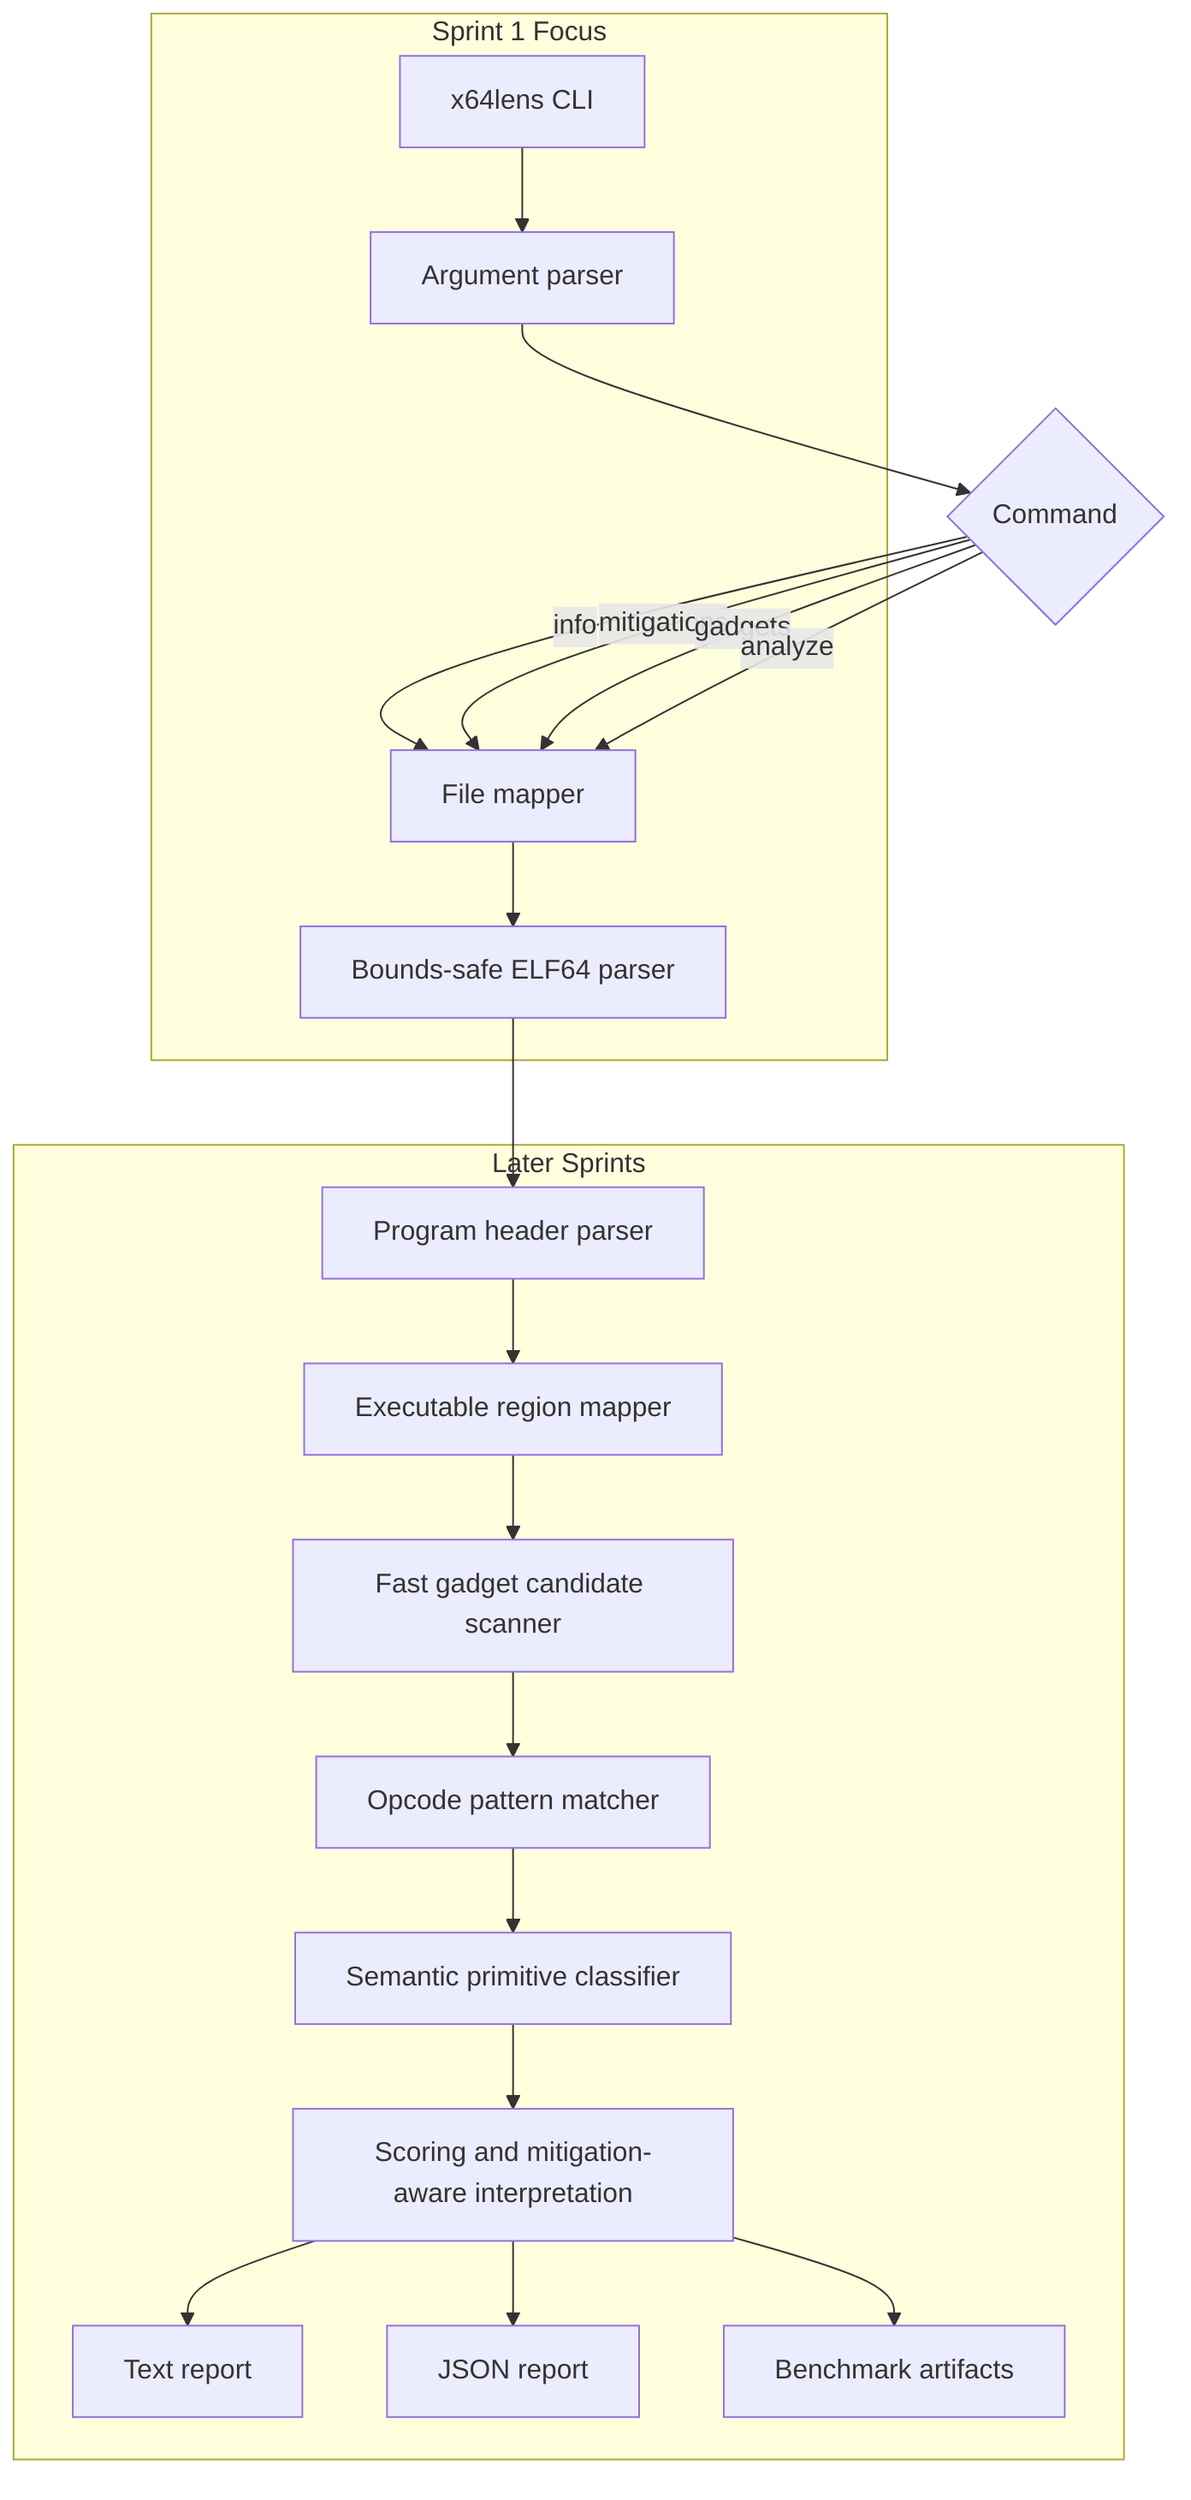
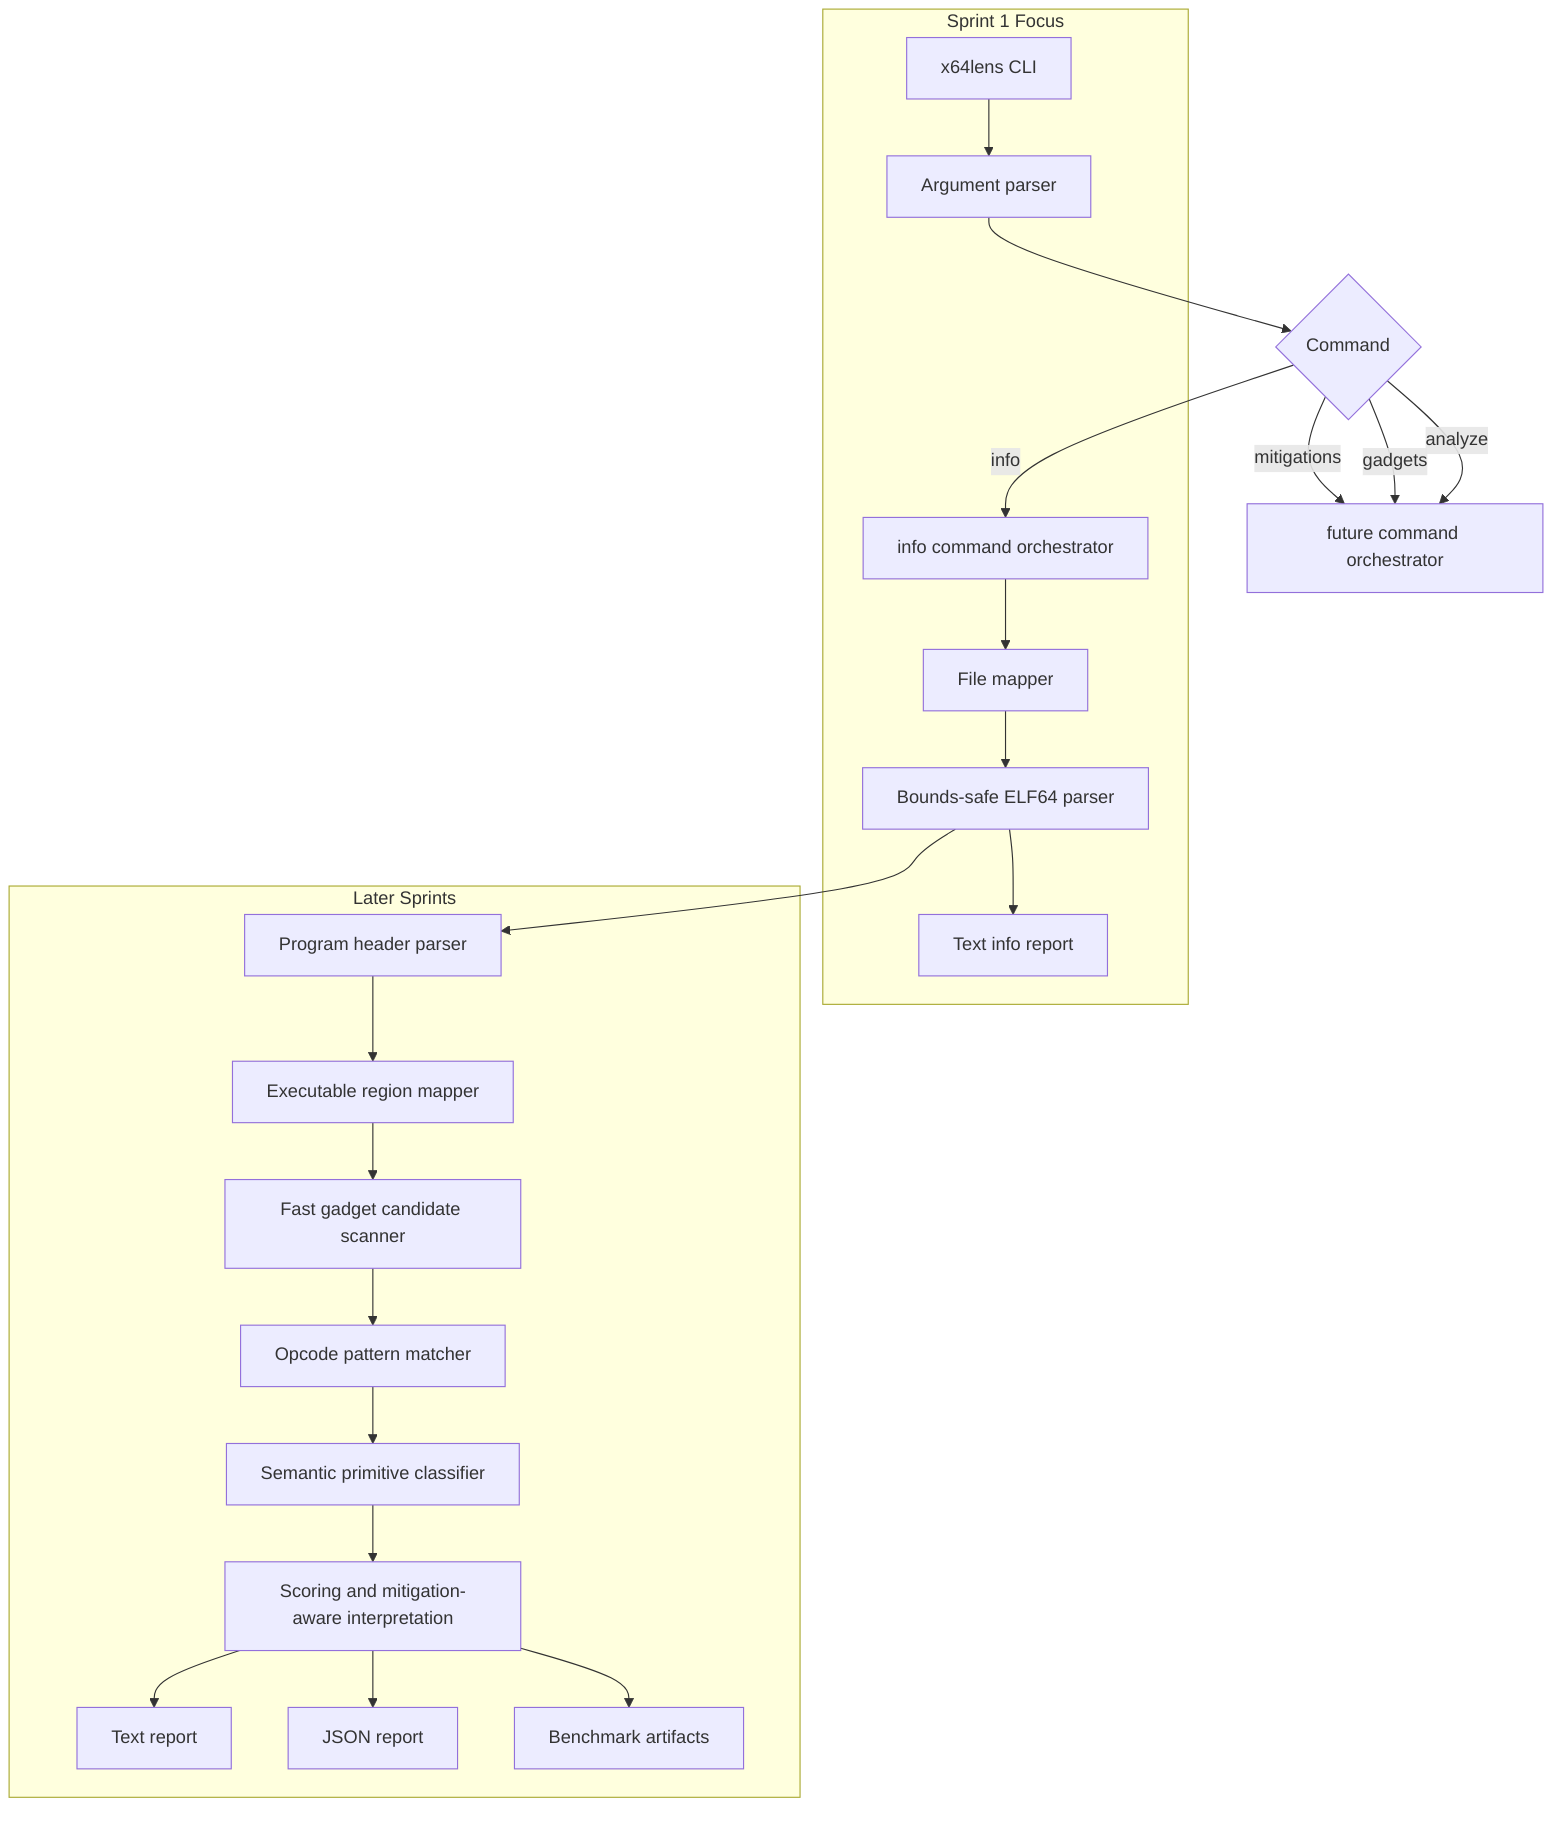
flowchart TD
    A[x64lens CLI] --> B[Argument parser]
    B --> C{Command}
-     C -->|info| D[File mapper]
-     C -->|mitigations| D
-     C -->|gadgets| D
-     C -->|analyze| D
-     D --> E[Bounds-safe ELF64 parser]
-     E --> F[Program header parser]
-     F --> G[Executable region mapper]
-     G --> H[Fast gadget candidate scanner]
-     H --> I[Opcode pattern matcher]
-     I --> J[Semantic primitive classifier]
-     J --> K[Scoring and mitigation-aware interpretation]
-     K --> L[Text report]
-     K --> M[JSON report]
-     K --> N[Benchmark artifacts]
+     C -->|info| D[info command orchestrator]
+     C -->|mitigations| D2[future command orchestrator]
+     C -->|gadgets| D2
+     C -->|analyze| D2
+     D --> E[File mapper]
+     E --> F[Bounds-safe ELF64 parser]
+     F --> G[Text info report]
+     F --> H[Program header parser]
+     H --> I[Executable region mapper]
+     I --> J[Fast gadget candidate scanner]
+     J --> K[Opcode pattern matcher]
+     K --> L[Semantic primitive classifier]
+     L --> M[Scoring and mitigation-aware interpretation]
+     M --> N[Text report]
+     M --> O[JSON report]
+     M --> P[Benchmark artifacts]

    subgraph Sprint1[Sprint 1 Focus]
        A
        B
        D
        E
+         F
+         G
    end

    subgraph Future[Later Sprints]
-         F
-         G
        H
        I
        J
        K
        L
        M
        N
+         O
+         P
    end
